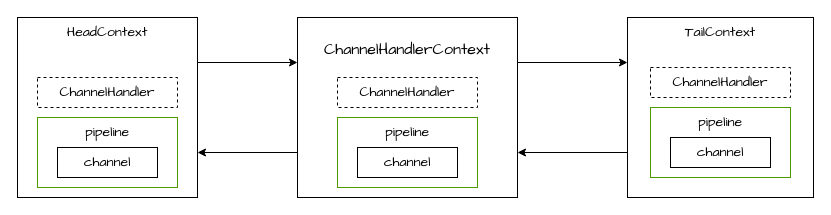
Above: 未命名绘图.drawio in XiaoWeiKIN/k8s (draw.io), before the change. Source tidied: cells renumbered, new cells numbered last; positions are measured from the earlier drawing's top-left corner, leaving out a move shared by most shapes. Both pictures are drawn from the tidied source at 100%, with x=0, y=0 at pixel (17, 17).
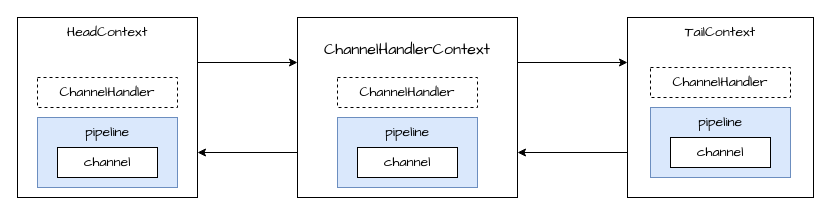
Above is the later version.

Commit message (it also covers changes not shown here):
更新未命名绘图.drawio

Diff of the diagram source:
```diff
@@
 <mxGraphModel>
   <root>
     <mxCell id="0" />
     <mxCell id="1" parent="0" />
     <mxCell id="2" style="edgeStyle=orthogonalEdgeStyle;rounded=0;jettySize=auto;html=1;exitX=0;exitY=0.75;exitDx=0;exitDy=0;entryX=1;entryY=0.75;entryDx=0;entryDy=0;" parent="1" edge="1" source="3" target="4">
       <mxGeometry relative="1" as="geometry" />
     </mxCell>
     <mxCell id="3" value="&lt;pre style=&quot;background-color: rgb(255 , 255 , 255) ; color: rgb(8 , 8 , 8) ; font-size: 12pt&quot;&gt;&lt;span style=&quot;color: rgb(0 , 0 , 0)&quot;&gt;&lt;font face=&quot;Comic Sans MS&quot;&gt;ChannelHandlerContext&lt;/font&gt;&lt;/span&gt;&lt;/pre&gt;" style="rounded=0;whiteSpace=wrap;html=1;verticalAlign=top;align=center;" parent="1" vertex="1">
       <mxGeometry x="280" width="220" height="180" as="geometry" />
     </mxCell>
     <mxCell id="4" value="&lt;font face=&quot;Comic Sans MS&quot; style=&quot;font-size: 14px&quot;&gt;HeadContext&lt;/font&gt;" style="rounded=0;whiteSpace=wrap;html=1;verticalAlign=top;" parent="1" vertex="1">
       <mxGeometry width="180" height="180" as="geometry" />
     </mxCell>
     <mxCell id="5" style="edgeStyle=orthogonalEdgeStyle;rounded=0;jettySize=auto;html=1;exitX=0;exitY=0.75;exitDx=0;exitDy=0;entryX=1;entryY=0.75;entryDx=0;entryDy=0;" parent="1" edge="1" source="6" target="3">
       <mxGeometry relative="1" as="geometry" />
     </mxCell>
     <mxCell id="6" value="&lt;font face=&quot;Comic Sans MS&quot; style=&quot;font-size: 14px&quot;&gt;TailContext&lt;/font&gt;" style="rounded=0;whiteSpace=wrap;html=1;horizontal=1;verticalAlign=top;" parent="1" vertex="1">
       <mxGeometry x="610" width="186" height="180" as="geometry" />
     </mxCell>
     <mxCell id="7" value="&lt;font face=&quot;Comic Sans MS&quot; style=&quot;font-size: 14px&quot;&gt;ChannelHandler&lt;/font&gt;" style="rounded=0;whiteSpace=wrap;html=1;dashed=1;" parent="1" vertex="1">
       <mxGeometry x="320" y="60" width="140" height="30" as="geometry" />
     </mxCell>
-    <mxCell id="8" value="&lt;font face=&quot;Comic Sans MS&quot; style=&quot;font-size: 14px&quot;&gt;pipeline&lt;/font&gt;" style="rounded=0;whiteSpace=wrap;html=1;verticalAlign=top;strokeColor=#4D9900;" parent="1" vertex="1">
+    <mxCell id="8" value="&lt;font face=&quot;Comic Sans MS&quot; style=&quot;font-size: 14px&quot;&gt;pipeline&lt;/font&gt;" style="rounded=0;whiteSpace=wrap;html=1;verticalAlign=top;strokeColor=#6c8ebf;fillColor=#dae8fc;" parent="1" vertex="1">
       <mxGeometry x="320" y="100" width="140" height="70" as="geometry" />
     </mxCell>
     <mxCell id="9" value="&lt;font face=&quot;Comic Sans MS&quot; style=&quot;font-size: 14px&quot;&gt;channel&lt;/font&gt;" style="rounded=0;whiteSpace=wrap;html=1;" parent="1" vertex="1">
       <mxGeometry x="340" y="130" width="100" height="30" as="geometry" />
     </mxCell>
     <mxCell id="10" value="&lt;font face=&quot;Comic Sans MS&quot; style=&quot;font-size: 14px&quot;&gt;ChannelHandler&lt;/font&gt;" style="rounded=0;whiteSpace=wrap;html=1;dashed=1;" parent="1" vertex="1">
       <mxGeometry x="20" y="60" width="140" height="30" as="geometry" />
     </mxCell>
-    <mxCell id="11" value="&lt;font face=&quot;Comic Sans MS&quot; style=&quot;font-size: 14px&quot;&gt;pipeline&lt;/font&gt;" style="rounded=0;whiteSpace=wrap;html=1;verticalAlign=top;strokeColor=#4D9900;" parent="1" vertex="1">
+    <mxCell id="11" value="&lt;font face=&quot;Comic Sans MS&quot; style=&quot;font-size: 14px&quot;&gt;pipeline&lt;/font&gt;" style="rounded=0;whiteSpace=wrap;html=1;verticalAlign=top;strokeColor=#6c8ebf;fillColor=#dae8fc;" parent="1" vertex="1">
       <mxGeometry x="20" y="100" width="140" height="70" as="geometry" />
     </mxCell>
     <mxCell id="12" value="&lt;font face=&quot;Comic Sans MS&quot; style=&quot;font-size: 14px&quot;&gt;channel&lt;/font&gt;" style="rounded=0;whiteSpace=wrap;html=1;" parent="1" vertex="1">
       <mxGeometry x="40" y="130" width="100" height="30" as="geometry" />
     </mxCell>
     <mxCell id="13" value="&lt;font face=&quot;Comic Sans MS&quot; style=&quot;font-size: 14px&quot;&gt;ChannelHandler&lt;/font&gt;" style="rounded=0;whiteSpace=wrap;html=1;dashed=1;" parent="1" vertex="1">
       <mxGeometry x="633" y="50" width="140" height="30" as="geometry" />
     </mxCell>
-    <mxCell id="14" value="&lt;font face=&quot;Comic Sans MS&quot; style=&quot;font-size: 14px&quot;&gt;pipeline&lt;/font&gt;" style="rounded=0;whiteSpace=wrap;html=1;verticalAlign=top;strokeColor=#4D9900;" parent="1" vertex="1">
+    <mxCell id="14" value="&lt;font face=&quot;Comic Sans MS&quot; style=&quot;font-size: 14px&quot;&gt;pipeline&lt;/font&gt;" style="rounded=0;whiteSpace=wrap;html=1;verticalAlign=top;strokeColor=#6c8ebf;fillColor=#dae8fc;" parent="1" vertex="1">
       <mxGeometry x="633" y="90" width="140" height="70" as="geometry" />
     </mxCell>
     <mxCell id="15" value="&lt;font face=&quot;Comic Sans MS&quot; style=&quot;font-size: 14px&quot;&gt;channel&lt;/font&gt;" style="rounded=0;whiteSpace=wrap;html=1;" parent="1" vertex="1">
       <mxGeometry x="653" y="120" width="100" height="30" as="geometry" />
     </mxCell>
     <mxCell id="16" style="endArrow=classic;html=1;exitX=1;exitY=0.25;exitDx=0;exitDy=0;entryX=0;entryY=0.25;entryDx=0;entryDy=0;" parent="1" edge="1" source="4" target="3">
       <mxGeometry relative="1" as="geometry" />
     </mxCell>
     <mxCell id="17" style="endArrow=classic;html=1;exitX=1;exitY=0.25;exitDx=0;exitDy=0;entryX=0;entryY=0.25;entryDx=0;entryDy=0;" parent="1" edge="1" source="3" target="6">
       <mxGeometry relative="1" as="geometry" />
     </mxCell>
   </root>
 </mxGraphModel>
```
